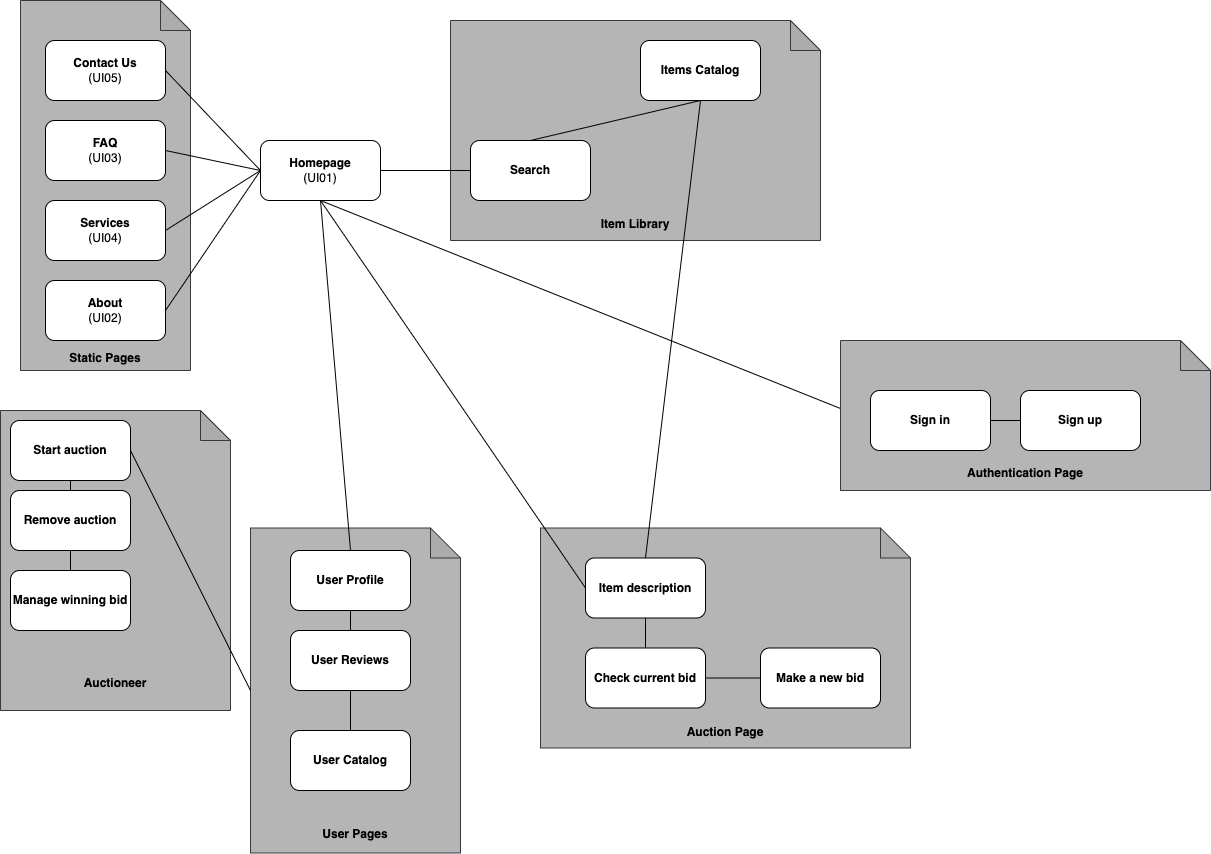
Earlier version of the draw.io export assets/a3-sitemap.png (Miggs7/FEUP--LBAW). Source tidied: cells renumbered, new cells last; positions are measured from the earlier drawing's top-left corner, leaving out a move shared by most shapes.
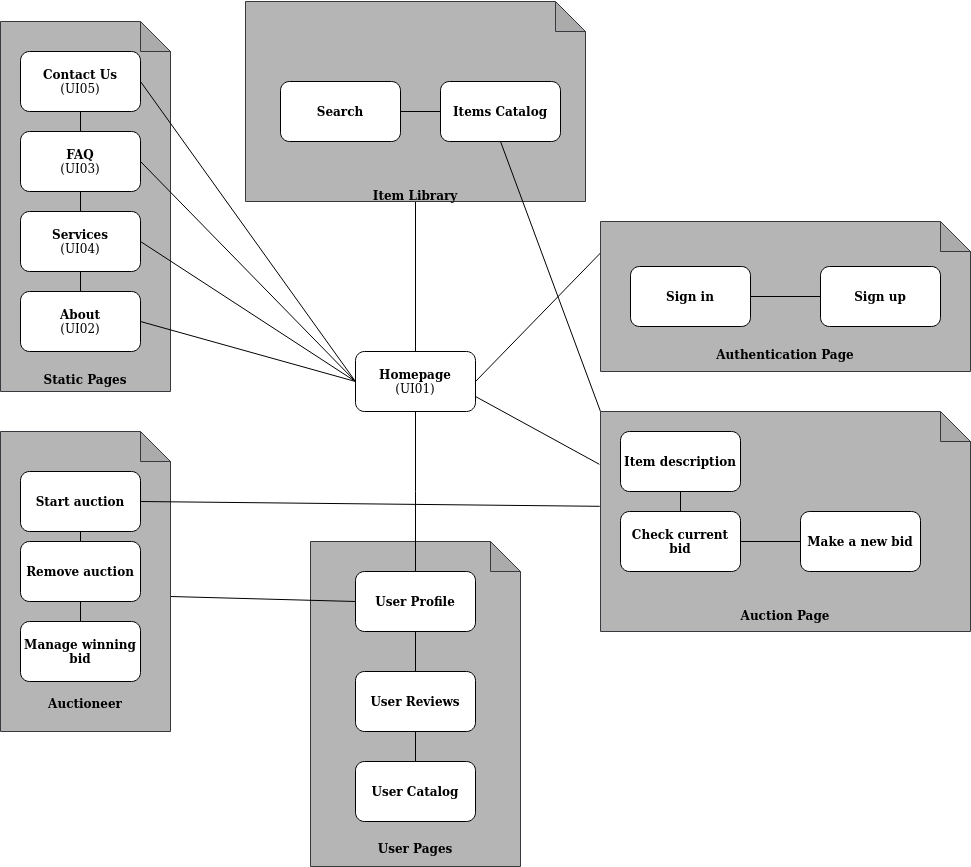
The same file after the commit.

The edit, as a diff of the source:
```diff
@@ -3,136 +3,147 @@
     <mxCell id="0" />
     <mxCell id="1" parent="0" />
     <mxCell id="2" value="&lt;b&gt;&lt;br&gt;&lt;br&gt;&lt;br&gt;&lt;br&gt;&lt;br&gt;&lt;br&gt;&lt;br&gt;&lt;br&gt;&lt;br&gt;&lt;br&gt;&lt;br&gt;&lt;br&gt;&lt;br&gt;&lt;br&gt;&lt;br&gt;&lt;br&gt;&lt;br&gt;&lt;br&gt;&lt;br&gt;&lt;br&gt;&lt;br&gt;&lt;br&gt;&lt;br&gt;&lt;br&gt;Static Pages&lt;/b&gt;" style="shape=note;whiteSpace=wrap;html=1;backgroundOutline=1;darkOpacity=0.05;fillColor=#B5B5B5;strokeColor=#36393d;" parent="1" vertex="1">
-      <mxGeometry x="20" width="170" height="370" as="geometry" />
+      <mxGeometry x="220" y="20" width="170" height="370" as="geometry" />
     </mxCell>
+    <mxCell id="44" style="edgeStyle=orthogonalEdgeStyle;rounded=0;jettySize=auto;html=1;exitX=0.5;exitY=1;exitDx=0;exitDy=0;entryX=0.5;entryY=0;entryDx=0;entryDy=0;strokeColor=none;" parent="1" edge="1" source="3" target="4">
+      <mxGeometry relative="1" as="geometry" />
+    </mxCell>
+    <mxCell id="45" style="edgeStyle=orthogonalEdgeStyle;rounded=0;jettySize=auto;html=1;exitX=0.5;exitY=1;exitDx=0;exitDy=0;startArrow=none;startFill=0;endArrow=none;endFill=0;" parent="1" edge="1" source="3">
+      <mxGeometry relative="1" as="geometry">
+        <mxPoint x="300" y="130" as="targetPoint" />
+      </mxGeometry>
+    </mxCell>
     <mxCell id="3" value="&lt;b&gt;Contact Us&lt;/b&gt;&lt;br&gt;(UI05)" style="rounded=1;whiteSpace=wrap;html=1;fillColor=#FFFFFF;" parent="1" vertex="1">
-      <mxGeometry x="45" y="40" width="120" height="60" as="geometry" />
+      <mxGeometry x="240" y="50" width="120" height="60" as="geometry" />
     </mxCell>
+    <mxCell id="46" style="edgeStyle=orthogonalEdgeStyle;rounded=0;jettySize=auto;html=1;exitX=0.5;exitY=1;exitDx=0;exitDy=0;entryX=0.5;entryY=0;entryDx=0;entryDy=0;startArrow=none;startFill=0;endArrow=none;endFill=0;" parent="1" edge="1" source="4" target="5">
+      <mxGeometry relative="1" as="geometry" />
+    </mxCell>
     <mxCell id="4" value="&lt;b&gt;FAQ&lt;/b&gt;&lt;br&gt;(UI03)&lt;b&gt;&lt;br&gt;&lt;/b&gt;" style="rounded=1;whiteSpace=wrap;html=1;fillColor=#FFFFFF;" parent="1" vertex="1">
-      <mxGeometry x="45" y="120" width="120" height="60" as="geometry" />
+      <mxGeometry x="240" y="130" width="120" height="60" as="geometry" />
     </mxCell>
+    <mxCell id="47" style="edgeStyle=orthogonalEdgeStyle;rounded=0;jettySize=auto;html=1;exitX=0.5;exitY=1;exitDx=0;exitDy=0;entryX=0.5;entryY=0;entryDx=0;entryDy=0;startArrow=none;startFill=0;endArrow=none;endFill=0;" parent="1" edge="1" source="5" target="6">
+      <mxGeometry relative="1" as="geometry" />
+    </mxCell>
     <mxCell id="5" value="&lt;b&gt;Services&lt;/b&gt;&lt;br&gt;(UI04)" style="rounded=1;whiteSpace=wrap;html=1;fillColor=#FFFFFF;" parent="1" vertex="1">
-      <mxGeometry x="45" y="200" width="120" height="60" as="geometry" />
+      <mxGeometry x="240" y="210" width="120" height="60" as="geometry" />
     </mxCell>
-    <mxCell id="6" value="&lt;b&gt;About&lt;/b&gt;&lt;br&gt;(UI02)" style="rounded=1;whiteSpace=wrap;html=1;fillColor=#FFFFFF;" parent="1" vertex="1">
-      <mxGeometry x="45" y="280" width="120" height="60" as="geometry" />
-    </mxCell>
+    <mxCell id="48" style="edgeStyle=none;shape=connector;rounded=1;jettySize=auto;html=1;exitX=1;exitY=0.5;exitDx=0;exitDy=0;entryX=0.003;entryY=0.202;entryDx=0;entryDy=0;entryPerimeter=0;labelBackgroundColor=default;strokeColor=default;fontFamily=Helvetica;fontSize=11;fontColor=default;endArrow=none;" parent="1" edge="1" source="7" target="38">
+      <mxGeometry relative="1" as="geometry" />
+    </mxCell>
+    <mxCell id="49" style="edgeStyle=none;shape=connector;rounded=1;jettySize=auto;html=1;exitX=1;exitY=0.75;exitDx=0;exitDy=0;entryX=-0.003;entryY=0.24;entryDx=0;entryDy=0;entryPerimeter=0;labelBackgroundColor=default;strokeColor=default;fontFamily=Helvetica;fontSize=11;fontColor=default;endArrow=none;" parent="1" edge="1" source="7" target="32">
+      <mxGeometry relative="1" as="geometry" />
+    </mxCell>
+    <mxCell id="50" style="edgeStyle=none;shape=connector;rounded=1;jettySize=auto;html=1;exitX=0;exitY=0.5;exitDx=0;exitDy=0;entryX=1;entryY=0.5;entryDx=0;entryDy=0;labelBackgroundColor=default;strokeColor=default;fontFamily=Helvetica;fontSize=11;fontColor=default;endArrow=none;" parent="1" edge="1" source="7" target="3">
+      <mxGeometry relative="1" as="geometry" />
+    </mxCell>
+    <mxCell id="51" style="edgeStyle=none;shape=connector;rounded=1;jettySize=auto;html=1;exitX=0;exitY=0.5;exitDx=0;exitDy=0;entryX=1;entryY=0.5;entryDx=0;entryDy=0;labelBackgroundColor=default;strokeColor=default;fontFamily=Helvetica;fontSize=11;fontColor=default;endArrow=none;" parent="1" edge="1" source="7" target="4">
+      <mxGeometry relative="1" as="geometry" />
+    </mxCell>
+    <mxCell id="52" style="edgeStyle=none;shape=connector;rounded=1;jettySize=auto;html=1;exitX=0;exitY=0.5;exitDx=0;exitDy=0;entryX=1;entryY=0.5;entryDx=0;entryDy=0;labelBackgroundColor=default;strokeColor=default;fontFamily=Helvetica;fontSize=11;fontColor=default;endArrow=none;" parent="1" edge="1" source="7" target="5">
+      <mxGeometry relative="1" as="geometry" />
+    </mxCell>
+    <mxCell id="53" style="edgeStyle=none;shape=connector;rounded=1;jettySize=auto;html=1;exitX=0;exitY=0.5;exitDx=0;exitDy=0;entryX=1;entryY=0.5;entryDx=0;entryDy=0;labelBackgroundColor=default;strokeColor=default;fontFamily=Helvetica;fontSize=11;fontColor=default;endArrow=none;" parent="1" edge="1" source="7" target="6">
+      <mxGeometry relative="1" as="geometry" />
+    </mxCell>
     <mxCell id="7" value="&lt;b&gt;Homepage&lt;/b&gt;&lt;br&gt;(UI01)" style="rounded=1;whiteSpace=wrap;html=1;fillColor=#FFFFFF;" parent="1" vertex="1">
-      <mxGeometry x="260" y="140" width="120" height="60" as="geometry" />
+      <mxGeometry x="575" y="350" width="120" height="60" as="geometry" />
     </mxCell>
     <mxCell id="8" value="&lt;b&gt;&lt;br&gt;&lt;br&gt;&lt;br&gt;&lt;br&gt;&lt;br&gt;&lt;br&gt;&lt;br&gt;&lt;br&gt;&lt;br&gt;&lt;br&gt;&lt;br&gt;&lt;br&gt;&lt;br&gt;&lt;br&gt;&lt;br&gt;&lt;br&gt;&lt;br&gt;&lt;br&gt;&lt;br&gt;&lt;br&gt;User Pages&lt;br&gt;&lt;/b&gt;" style="shape=note;whiteSpace=wrap;html=1;backgroundOutline=1;darkOpacity=0.05;fillColor=#B5B5B5;strokeColor=#36393d;" parent="1" vertex="1">
-      <mxGeometry x="250" y="527.5" width="210" height="325" as="geometry" />
+      <mxGeometry x="530" y="540" width="210" height="325" as="geometry" />
     </mxCell>
+    <mxCell id="54" style="edgeStyle=none;shape=connector;rounded=1;jettySize=auto;html=1;exitX=0.5;exitY=1;exitDx=0;exitDy=0;exitPerimeter=0;entryX=0.5;entryY=0;entryDx=0;entryDy=0;labelBackgroundColor=default;strokeColor=default;fontFamily=Helvetica;fontSize=11;fontColor=default;endArrow=none;" parent="1" edge="1" source="9" target="7">
+      <mxGeometry relative="1" as="geometry" />
+    </mxCell>
     <mxCell id="9" value="&lt;b&gt;&lt;br&gt;&lt;br&gt;&lt;br&gt;&lt;br&gt;&lt;br&gt;&lt;br&gt;&lt;br&gt;&lt;br&gt;&lt;br&gt;&lt;br&gt;&lt;br&gt;&lt;br&gt;&lt;br&gt;Item Library&lt;br&gt;&lt;/b&gt;" style="shape=note;whiteSpace=wrap;html=1;backgroundOutline=1;darkOpacity=0.05;fillColor=#B5B5B5;strokeColor=#36393d;" parent="1" vertex="1">
-      <mxGeometry x="450" y="20" width="370" height="220" as="geometry" />
+      <mxGeometry x="465" width="340" height="200" as="geometry" />
     </mxCell>
+    <mxCell id="55" style="edgeStyle=none;shape=connector;rounded=1;jettySize=auto;html=1;exitX=0.5;exitY=1;exitDx=0;exitDy=0;entryX=0;entryY=0;entryDx=0;entryDy=0;entryPerimeter=0;labelBackgroundColor=default;strokeColor=default;fontFamily=Helvetica;fontSize=11;fontColor=default;endArrow=none;" parent="1" edge="1" source="10" target="32">
+      <mxGeometry relative="1" as="geometry" />
+    </mxCell>
     <mxCell id="10" value="&lt;b&gt;Items Catalog&lt;/b&gt;" style="rounded=1;whiteSpace=wrap;html=1;fillColor=#FFFFFF;" parent="1" vertex="1">
-      <mxGeometry x="640" y="40" width="120" height="60" as="geometry" />
+      <mxGeometry x="660" y="80" width="120" height="60" as="geometry" />
     </mxCell>
+    <mxCell id="56" style="edgeStyle=orthogonalEdgeStyle;rounded=0;jettySize=auto;html=1;exitX=1;exitY=0.5;exitDx=0;exitDy=0;entryX=0;entryY=0.5;entryDx=0;entryDy=0;startArrow=none;startFill=0;endArrow=none;endFill=0;" parent="1" edge="1" source="11" target="10">
+      <mxGeometry relative="1" as="geometry" />
+    </mxCell>
     <mxCell id="11" value="&lt;b&gt;Search&lt;/b&gt;" style="rounded=1;whiteSpace=wrap;html=1;fillColor=#FFFFFF;" parent="1" vertex="1">
-      <mxGeometry x="470" y="140" width="120" height="60" as="geometry" />
+      <mxGeometry x="500" y="80" width="120" height="60" as="geometry" />
     </mxCell>
     <mxCell id="12" value="&lt;b&gt;User Profile&lt;/b&gt;" style="rounded=1;whiteSpace=wrap;html=1;fillColor=#FFFFFF;" parent="1" vertex="1">
-      <mxGeometry x="290" y="550" width="120" height="60" as="geometry" />
+      <mxGeometry x="575" y="570" width="120" height="60" as="geometry" />
     </mxCell>
     <mxCell id="13" value="&lt;b&gt;User Reviews&lt;/b&gt;" style="rounded=1;whiteSpace=wrap;html=1;fillColor=#FFFFFF;" parent="1" vertex="1">
-      <mxGeometry x="290" y="630" width="120" height="60" as="geometry" />
+      <mxGeometry x="575" y="670" width="120" height="60" as="geometry" />
     </mxCell>
     <mxCell id="14" value="&lt;b&gt;User Catalog&lt;/b&gt;" style="rounded=1;whiteSpace=wrap;html=1;fillColor=#FFFFFF;" parent="1" vertex="1">
-      <mxGeometry x="290" y="730" width="120" height="60" as="geometry" />
+      <mxGeometry x="575" y="760" width="120" height="60" as="geometry" />
     </mxCell>
-    <mxCell id="15" style="endArrow=none;html=1;rounded=1;strokeColor=default;exitX=1;exitY=0.5;exitDx=0;exitDy=0;" parent="1" edge="1" source="3">
-      <mxGeometry relative="1" as="geometry">
-        <mxPoint x="260" y="170" as="targetPoint" />
-      </mxGeometry>
-    </mxCell>
-    <mxCell id="16" style="endArrow=none;html=1;rounded=1;strokeColor=default;exitX=1;exitY=0.5;exitDx=0;exitDy=0;" parent="1" edge="1" source="4">
-      <mxGeometry relative="1" as="geometry">
-        <mxPoint x="260" y="170" as="targetPoint" />
-      </mxGeometry>
-    </mxCell>
-    <mxCell id="17" style="endArrow=none;html=1;rounded=1;strokeColor=default;exitX=1;exitY=0.5;exitDx=0;exitDy=0;entryX=0;entryY=0.5;entryDx=0;entryDy=0;" parent="1" edge="1" source="5" target="7">
-      <mxGeometry relative="1" as="geometry" />
-    </mxCell>
-    <mxCell id="18" style="endArrow=none;html=1;rounded=1;strokeColor=default;exitX=1;exitY=0.5;exitDx=0;exitDy=0;entryX=0;entryY=0.5;entryDx=0;entryDy=0;" parent="1" edge="1" source="6" target="7">
-      <mxGeometry relative="1" as="geometry" />
-    </mxCell>
-    <mxCell id="19" style="endArrow=none;html=1;rounded=1;strokeColor=default;exitX=0.5;exitY=1;exitDx=0;exitDy=0;entryX=0.5;entryY=0;entryDx=0;entryDy=0;" parent="1" edge="1" source="10" target="11">
-      <mxGeometry relative="1" as="geometry" />
-    </mxCell>
-    <mxCell id="20" style="endArrow=none;html=1;rounded=1;strokeColor=default;exitX=0;exitY=0.5;exitDx=0;exitDy=0;entryX=1;entryY=0.5;entryDx=0;entryDy=0;" parent="1" edge="1" source="11" target="7">
-      <mxGeometry relative="1" as="geometry" />
-    </mxCell>
-    <mxCell id="21" style="endArrow=none;html=1;rounded=1;strokeColor=default;exitX=0.5;exitY=0;exitDx=0;exitDy=0;entryX=0.5;entryY=1;entryDx=0;entryDy=0;" parent="1" edge="1" source="12" target="7">
-      <mxGeometry relative="1" as="geometry" />
-    </mxCell>
     <mxCell id="22" style="endArrow=none;html=1;rounded=1;strokeColor=default;exitX=0.5;exitY=0;exitDx=0;exitDy=0;entryX=0.5;entryY=1;entryDx=0;entryDy=0;" parent="1" edge="1" source="13" target="12">
       <mxGeometry relative="1" as="geometry" />
     </mxCell>
     <mxCell id="23" style="endArrow=none;html=1;rounded=1;strokeColor=default;exitX=0.5;exitY=0;exitDx=0;exitDy=0;entryX=0.5;entryY=1;entryDx=0;entryDy=0;" parent="1" edge="1" source="14" target="13">
       <mxGeometry relative="1" as="geometry" />
     </mxCell>
+    <mxCell id="57" style="edgeStyle=none;shape=connector;rounded=1;jettySize=auto;html=1;exitX=0;exitY=0;exitDx=170;exitDy=165;exitPerimeter=0;entryX=0;entryY=0.5;entryDx=0;entryDy=0;labelBackgroundColor=default;strokeColor=default;fontFamily=Helvetica;fontSize=11;fontColor=default;endArrow=none;" parent="1" edge="1" source="24" target="12">
+      <mxGeometry relative="1" as="geometry" />
+    </mxCell>
     <mxCell id="24" value="&lt;b&gt;&lt;br&gt;&lt;br&gt;&lt;br&gt;&lt;br&gt;&lt;br&gt;&lt;br&gt;&lt;br&gt;&lt;br&gt;&lt;br&gt;&lt;br&gt;&lt;br&gt;&lt;br&gt;&lt;br&gt;&lt;br&gt;&lt;br&gt;&lt;br&gt;&lt;br&gt;Auctioneer&lt;br&gt;&lt;/b&gt;" style="shape=note;whiteSpace=wrap;html=1;backgroundOutline=1;darkOpacity=0.05;fillColor=#B5B5B5;strokeColor=#36393d;" parent="1" vertex="1">
-      <mxGeometry y="410" width="230" height="300" as="geometry" />
+      <mxGeometry x="220" y="430" width="170" height="300" as="geometry" />
     </mxCell>
+    <mxCell id="58" style="edgeStyle=none;shape=connector;rounded=1;jettySize=auto;html=1;exitX=1;exitY=0.5;exitDx=0;exitDy=0;entryX=-0.002;entryY=0.431;entryDx=0;entryDy=0;entryPerimeter=0;labelBackgroundColor=default;strokeColor=default;fontFamily=Helvetica;fontSize=11;fontColor=default;endArrow=none;" parent="1" edge="1" source="25" target="32">
+      <mxGeometry relative="1" as="geometry" />
+    </mxCell>
     <mxCell id="25" value="&lt;b&gt;Start auction&lt;/b&gt;" style="rounded=1;whiteSpace=wrap;html=1;fillColor=#FFFFFF;" parent="1" vertex="1">
-      <mxGeometry x="10" y="420" width="120" height="60" as="geometry" />
+      <mxGeometry x="240" y="470" width="120" height="60" as="geometry" />
     </mxCell>
     <mxCell id="26" value="&lt;b&gt;Remove auction&lt;/b&gt;" style="rounded=1;whiteSpace=wrap;html=1;fillColor=#FFFFFF;" parent="1" vertex="1">
-      <mxGeometry x="10" y="490" width="120" height="60" as="geometry" />
+      <mxGeometry x="240" y="540" width="120" height="60" as="geometry" />
     </mxCell>
     <mxCell id="27" value="&lt;b&gt;Manage winning bid&lt;/b&gt;" style="rounded=1;whiteSpace=wrap;html=1;fillColor=#FFFFFF;" parent="1" vertex="1">
-      <mxGeometry x="10" y="570" width="120" height="60" as="geometry" />
+      <mxGeometry x="240" y="620" width="120" height="60" as="geometry" />
     </mxCell>
-    <mxCell id="28" style="endArrow=none;html=1;rounded=1;strokeColor=default;exitX=1;exitY=0.5;exitDx=0;exitDy=0;entryX=0;entryY=0.5;entryDx=0;entryDy=0;entryPerimeter=0;" parent="1" edge="1" source="25" target="8">
-      <mxGeometry relative="1" as="geometry" />
-    </mxCell>
     <mxCell id="29" style="endArrow=none;html=1;rounded=1;strokeColor=default;exitX=0.5;exitY=1;exitDx=0;exitDy=0;entryX=0.5;entryY=0;entryDx=0;entryDy=0;" parent="1" edge="1" source="25" target="26">
       <mxGeometry relative="1" as="geometry" />
     </mxCell>
     <mxCell id="30" style="endArrow=none;html=1;rounded=1;strokeColor=default;exitX=0.5;exitY=1;exitDx=0;exitDy=0;entryX=0.5;entryY=0;entryDx=0;entryDy=0;" parent="1" edge="1" source="26" target="27">
       <mxGeometry relative="1" as="geometry" />
     </mxCell>
-    <mxCell id="31" style="endArrow=none;html=1;rounded=1;strokeColor=default;exitX=0;exitY=0.5;exitDx=0;exitDy=0;" parent="1" edge="1" source="39">
-      <mxGeometry relative="1" as="geometry">
-        <mxPoint x="320" y="200" as="targetPoint" />
-      </mxGeometry>
-    </mxCell>
     <mxCell id="32" value="&lt;b&gt;&lt;br&gt;&lt;br&gt;&lt;br&gt;&lt;br&gt;&lt;br&gt;&lt;br&gt;&lt;br&gt;&lt;br&gt;&lt;br&gt;&lt;br&gt;&lt;br&gt;&lt;br&gt;&lt;br&gt;Auction Page&lt;br&gt;&lt;/b&gt;" style="shape=note;whiteSpace=wrap;html=1;backgroundOutline=1;darkOpacity=0.05;fillColor=#B5B5B5;strokeColor=#36393d;" parent="1" vertex="1">
-      <mxGeometry x="540" y="527.5" width="370" height="220" as="geometry" />
+      <mxGeometry x="820" y="410" width="370" height="220" as="geometry" />
     </mxCell>
     <mxCell id="33" value="&lt;b&gt;Check current bid&lt;/b&gt;" style="rounded=1;whiteSpace=wrap;html=1;fillColor=#FFFFFF;" parent="1" vertex="1">
-      <mxGeometry x="585" y="647.5" width="120" height="60" as="geometry" />
+      <mxGeometry x="840" y="510" width="120" height="60" as="geometry" />
     </mxCell>
     <mxCell id="34" value="&lt;b&gt;Make a new bid&lt;/b&gt;" style="rounded=1;whiteSpace=wrap;html=1;fillColor=#FFFFFF;" parent="1" vertex="1">
-      <mxGeometry x="760" y="647.5" width="120" height="60" as="geometry" />
+      <mxGeometry x="1020" y="510" width="120" height="60" as="geometry" />
     </mxCell>
     <mxCell id="35" style="endArrow=none;html=1;rounded=1;strokeColor=default;exitX=1;exitY=0.5;exitDx=0;exitDy=0;entryX=0;entryY=0.5;entryDx=0;entryDy=0;" parent="1" edge="1" source="33" target="34">
       <mxGeometry relative="1" as="geometry" />
     </mxCell>
     <mxCell id="36" value="&lt;b&gt;Item description&lt;/b&gt;" style="rounded=1;whiteSpace=wrap;html=1;fillColor=#FFFFFF;" parent="1" vertex="1">
-      <mxGeometry x="585" y="557.5" width="120" height="60" as="geometry" />
+      <mxGeometry x="840" y="430" width="120" height="60" as="geometry" />
     </mxCell>
     <mxCell id="37" style="endArrow=none;html=1;rounded=1;strokeColor=default;exitX=0.5;exitY=0;exitDx=0;exitDy=0;entryX=0.5;entryY=1;entryDx=0;entryDy=0;" parent="1" edge="1" source="33" target="36">
       <mxGeometry relative="1" as="geometry" />
     </mxCell>
     <mxCell id="38" value="&lt;b&gt;&lt;br&gt;&lt;br&gt;&lt;br&gt;&lt;br&gt;&lt;br&gt;&lt;br&gt;&lt;br&gt;&lt;br&gt;Authentication Page&lt;br&gt;&lt;/b&gt;" style="shape=note;whiteSpace=wrap;html=1;backgroundOutline=1;darkOpacity=0.05;fillColor=#B5B5B5;strokeColor=#36393d;" parent="1" vertex="1">
-      <mxGeometry x="840" y="340" width="370" height="150" as="geometry" />
+      <mxGeometry x="820" y="220" width="370" height="150" as="geometry" />
     </mxCell>
     <mxCell id="39" value="&lt;b&gt;Sign in&lt;/b&gt;" style="rounded=1;whiteSpace=wrap;html=1;fillColor=#FFFFFF;" parent="1" vertex="1">
-      <mxGeometry x="870" y="390" width="120" height="60" as="geometry" />
+      <mxGeometry x="850" y="265" width="120" height="60" as="geometry" />
     </mxCell>
     <mxCell id="40" value="&lt;b&gt;Sign up&lt;/b&gt;" style="rounded=1;whiteSpace=wrap;html=1;fillColor=#FFFFFF;" parent="1" vertex="1">
-      <mxGeometry x="1020" y="390" width="120" height="60" as="geometry" />
+      <mxGeometry x="1040" y="265" width="120" height="60" as="geometry" />
     </mxCell>
     <mxCell id="41" style="endArrow=none;html=1;rounded=1;strokeColor=default;exitX=0;exitY=0.5;exitDx=0;exitDy=0;entryX=1;entryY=0.5;entryDx=0;entryDy=0;" parent="1" edge="1" source="40" target="39">
       <mxGeometry relative="1" as="geometry" />
     </mxCell>
-    <mxCell id="42" style="endArrow=none;html=1;rounded=1;strokeColor=default;exitX=0;exitY=0.5;exitDx=0;exitDy=0;entryX=0.5;entryY=1;entryDx=0;entryDy=0;" parent="1" edge="1" source="36" target="7">
-      <mxGeometry relative="1" as="geometry" />
-    </mxCell>
-    <mxCell id="43" style="endArrow=none;html=1;rounded=1;strokeColor=default;entryX=0.5;entryY=1;entryDx=0;entryDy=0;exitX=0.5;exitY=0;exitDx=0;exitDy=0;" parent="1" edge="1" source="36" target="10">
-      <mxGeometry relative="1" as="geometry" />
-    </mxCell>
+    <mxCell id="6" value="&lt;b&gt;About&lt;/b&gt;&lt;br&gt;(UI02)" style="rounded=1;whiteSpace=wrap;html=1;fillColor=#FFFFFF;" parent="1" vertex="1">
+      <mxGeometry x="240" y="290" width="120" height="60" as="geometry" />
+    </mxCell>
+    <mxCell id="59" style="edgeStyle=elbowEdgeStyle;rounded=0;jettySize=auto;html=1;exitX=0.5;exitY=1;exitDx=0;exitDy=0;startArrow=none;startFill=0;endArrow=none;endFill=0;" parent="1" edge="1" source="7" target="12">
+      <mxGeometry relative="1" as="geometry" />
+    </mxCell>
   </root>
 </mxGraphModel>
```
